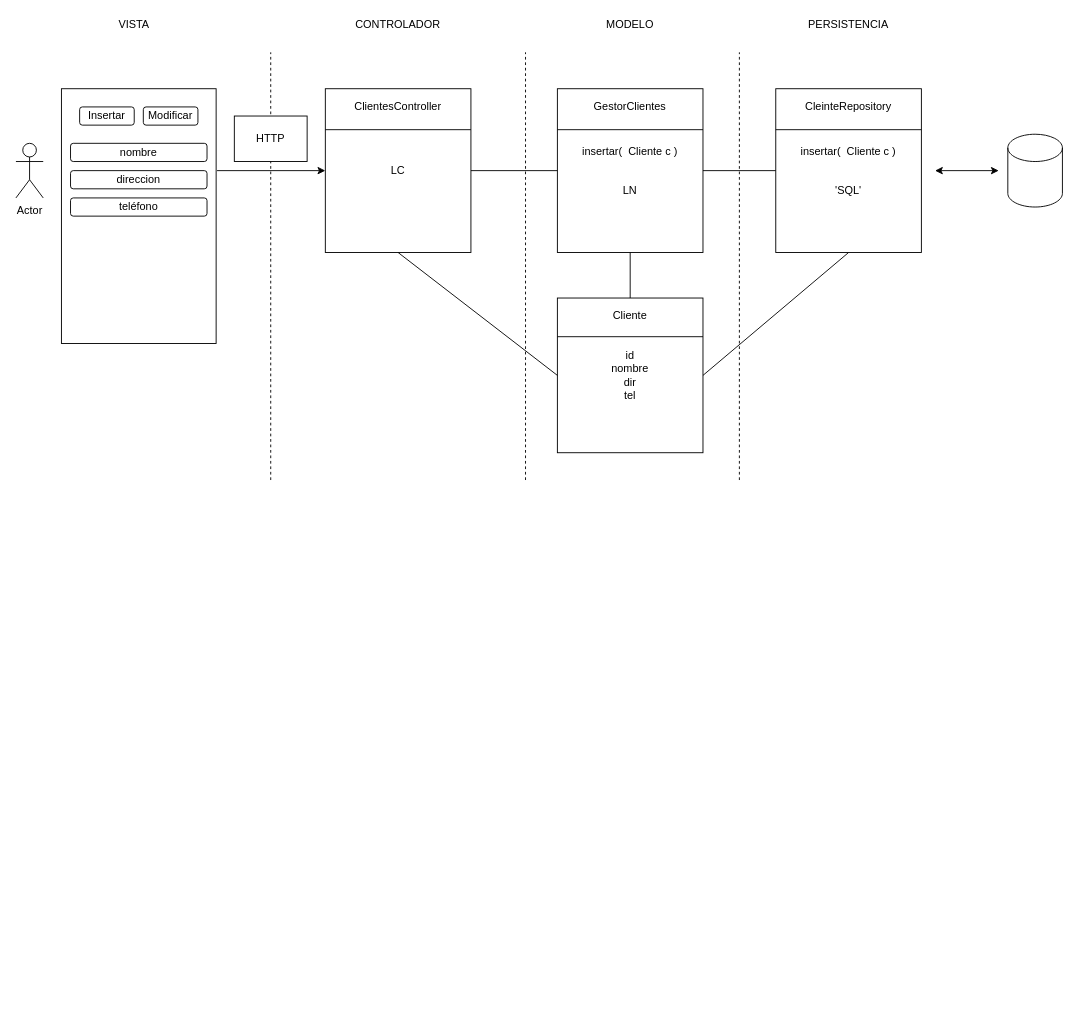
The draw.io diagram page "Página-3" (3 of 4) of Dibujillos.drawio in lrag/SpringPracticas, before the edit. Source tidied: cells renumbered, new cells numbered last; positions are measured from the earlier drawing's top-left corner, leaving out a move shared by most shapes. Both pictures are drawn from the tidied source at 91%, with x=0, y=0 at pixel (15, 15).
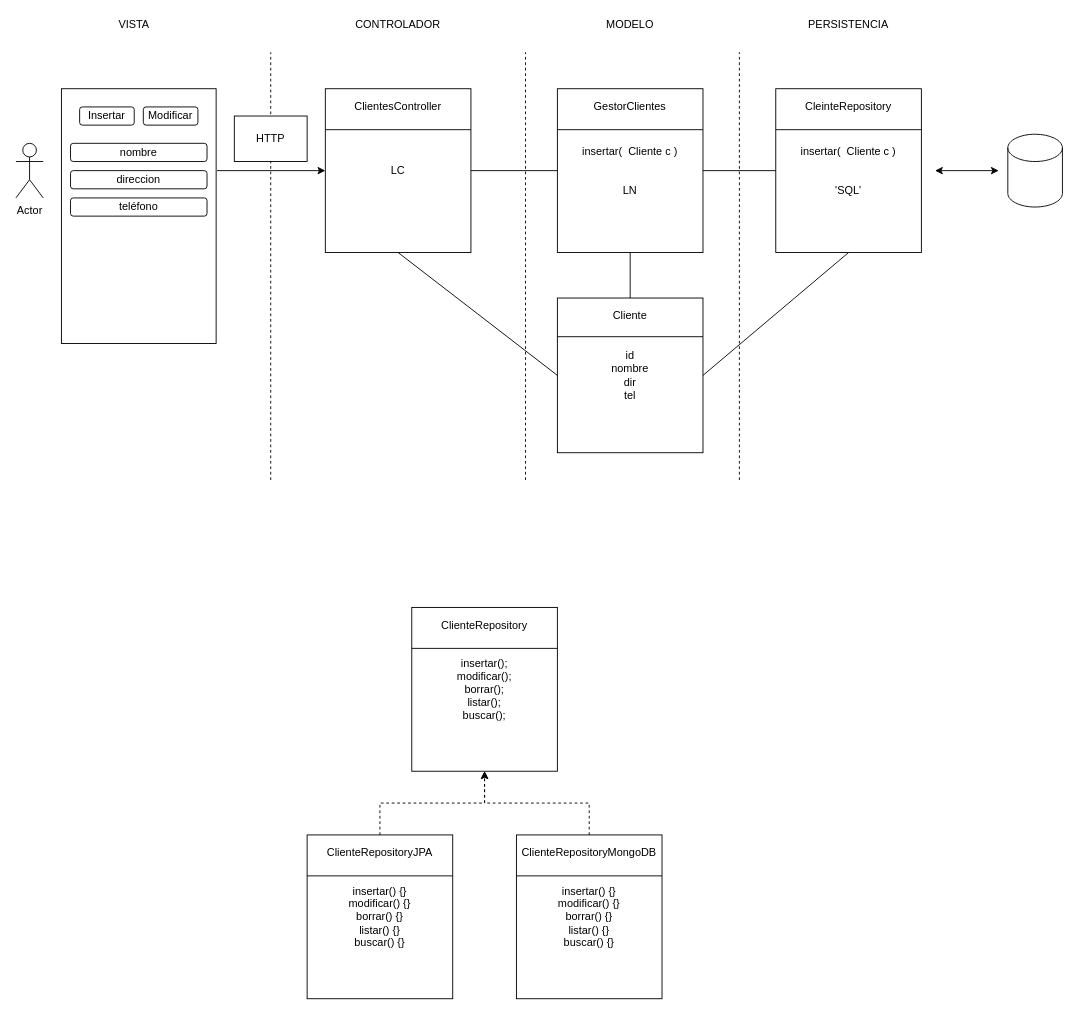
Above is the later version.

Change to the diagram source:
```diff
@@
+    <mxCell id="37" value="insertar();&lt;br&gt;modificar();&lt;br&gt;borrar();&lt;br&gt;listar();&lt;br&gt;buscar();" style="rounded=0;whiteSpace=wrap;html=1;fillColor=none;" parent="1" vertex="1">
+      <mxGeometry x="435" y="650" width="160" height="180" as="geometry" />
+    </mxCell>
+    <mxCell id="38" style="endArrow=none;html=1;exitX=0;exitY=0.25;exitDx=0;exitDy=0;entryX=1;entryY=0.25;entryDx=0;entryDy=0;" parent="1" edge="1" source="37" target="37">
+      <mxGeometry relative="1" as="geometry" />
+    </mxCell>
+    <mxCell id="39" value="ClienteRepository&lt;br&gt;" style="text;html=1;strokeColor=none;fillColor=none;align=center;verticalAlign=middle;whiteSpace=wrap;rounded=0;" parent="1" vertex="1">
+      <mxGeometry x="495" y="660" width="40" height="20" as="geometry" />
+    </mxCell>
+    <mxCell id="40" style="edgeStyle=orthogonalEdgeStyle;rounded=0;jettySize=auto;html=1;exitX=0.5;exitY=0;exitDx=0;exitDy=0;entryX=0.5;entryY=1;entryDx=0;entryDy=0;dashed=1;" parent="1" edge="1" source="41" target="37">
+      <mxGeometry relative="1" as="geometry" />
+    </mxCell>
+    <mxCell id="41" value="insertar() {}&lt;br&gt;modificar() {}&lt;br&gt;borrar() {}&lt;br&gt;listar() {}&lt;br&gt;buscar() {}" style="rounded=0;whiteSpace=wrap;html=1;fillColor=none;" parent="1" vertex="1">
+      <mxGeometry x="320" y="900" width="160" height="180" as="geometry" />
+    </mxCell>
+    <mxCell id="42" style="endArrow=none;html=1;exitX=0;exitY=0.25;exitDx=0;exitDy=0;entryX=1;entryY=0.25;entryDx=0;entryDy=0;" parent="1" edge="1" source="41" target="41">
+      <mxGeometry relative="1" as="geometry" />
+    </mxCell>
+    <mxCell id="43" value="ClienteRepositoryJPA" style="text;html=1;strokeColor=none;fillColor=none;align=center;verticalAlign=middle;whiteSpace=wrap;rounded=0;" parent="1" vertex="1">
+      <mxGeometry x="380" y="910" width="40" height="20" as="geometry" />
+    </mxCell>
+    <mxCell id="44" style="edgeStyle=orthogonalEdgeStyle;rounded=0;jettySize=auto;html=1;exitX=0.5;exitY=0;exitDx=0;exitDy=0;entryX=0.5;entryY=1;entryDx=0;entryDy=0;dashed=1;" parent="1" edge="1" source="45" target="37">
+      <mxGeometry relative="1" as="geometry" />
+    </mxCell>
+    <mxCell id="45" value="insertar() {}&lt;br&gt;modificar() {}&lt;br&gt;borrar() {}&lt;br&gt;listar() {}&lt;br&gt;buscar() {}" style="rounded=0;whiteSpace=wrap;html=1;fillColor=none;" parent="1" vertex="1">
+      <mxGeometry x="550" y="900" width="160" height="180" as="geometry" />
+    </mxCell>
+    <mxCell id="46" style="endArrow=none;html=1;exitX=0;exitY=0.25;exitDx=0;exitDy=0;entryX=1;entryY=0.25;entryDx=0;entryDy=0;" parent="1" edge="1" source="45" target="45">
+      <mxGeometry relative="1" as="geometry" />
+    </mxCell>
+    <mxCell id="47" value="ClienteRepositoryMongoDB" style="text;html=1;strokeColor=none;fillColor=none;align=center;verticalAlign=middle;whiteSpace=wrap;rounded=0;" parent="1" vertex="1">
+      <mxGeometry x="610" y="910" width="40" height="20" as="geometry" />
+    </mxCell>
```
